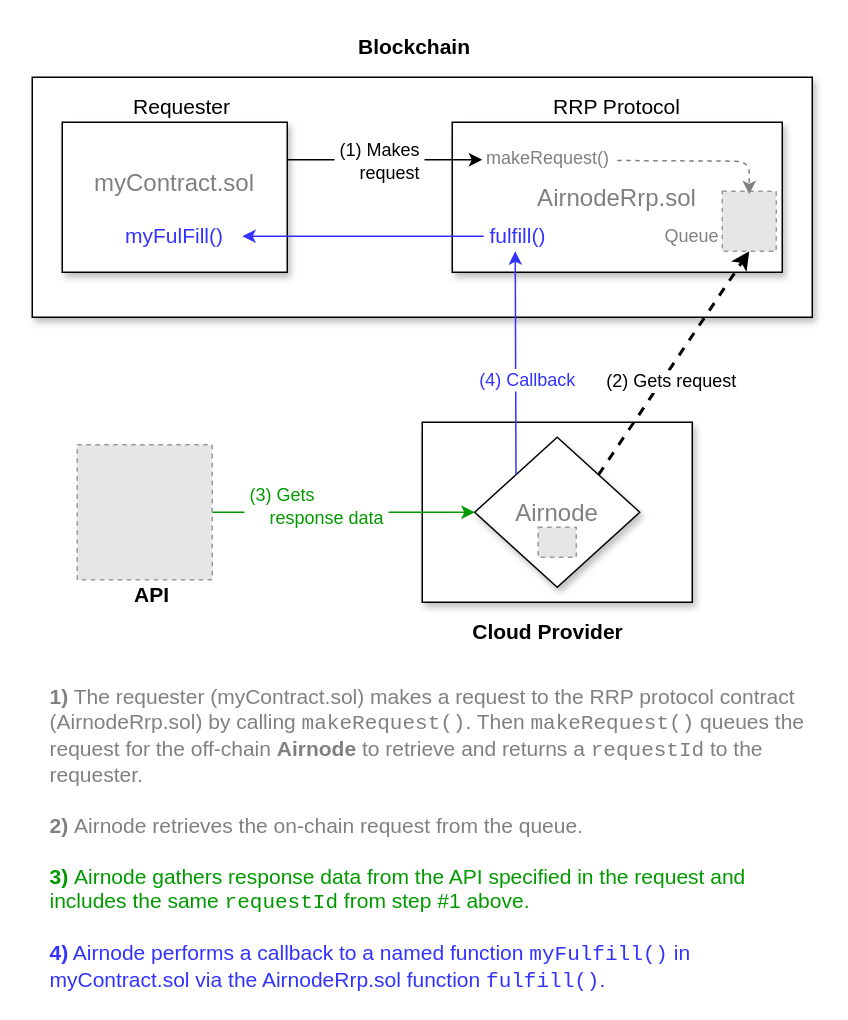
api3dao/old-api3-docs keeps this draw.io diagram as docs/next/assets/diagrams/developer-overview.drawio. Above is the earlier version. Source tidied: cells renumbered, new cells numbered last; positions are measured from the earlier drawing's top-left corner, leaving out a move shared by most shapes. Both pictures are drawn from the tidied source at 150%, with x=0, y=0 at pixel (32, 32). Pictures stored in the file or linked from it are replaced by grey dashed boxes.
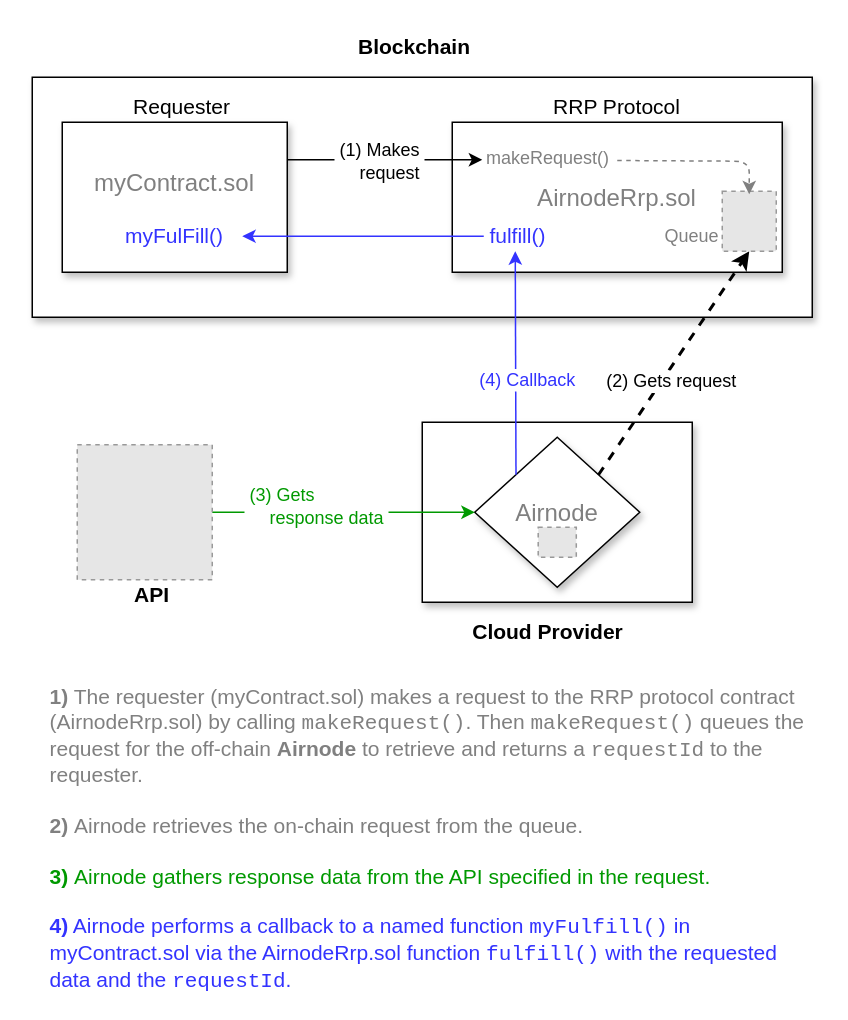
The same page after the edit.

Change to the diagram source:
```diff
@@
-    <mxCell id="20" value="&lt;font style=&quot;font-size: 14px&quot;&gt;&lt;font style=&quot;font-size: 14px&quot;&gt;&lt;font color=&quot;#808080&quot; style=&quot;font-size: 14px&quot;&gt;&lt;font style=&quot;font-size: 14px&quot;&gt;&lt;b style=&quot;font-size: 14px&quot;&gt;1)&lt;/b&gt; The requester (myContract.sol) makes a request to the RRP protocol contract&amp;nbsp; (AirnodeRrp.sol) by calling &lt;font face=&quot;Courier New&quot;&gt;makeRequest()&lt;/font&gt;. Then&amp;nbsp;&lt;/font&gt;&lt;/font&gt;&lt;span style=&quot;color: rgb(128 , 128 , 128)&quot;&gt;&lt;font face=&quot;Courier New&quot;&gt;makeRequest()&lt;/font&gt;&lt;/span&gt;&lt;font color=&quot;#808080&quot; style=&quot;font-size: 14px&quot;&gt;&lt;font style=&quot;font-size: 14px&quot;&gt;&amp;nbsp;queues the request for the off-chain&amp;nbsp;&lt;b&gt;Airnode&lt;/b&gt; to retrieve and returns a &lt;font face=&quot;Courier New&quot;&gt;requestId&lt;/font&gt; to the requester.&lt;br style=&quot;font-size: 14px&quot;&gt;&lt;/font&gt;&lt;br style=&quot;font-size: 14px&quot;&gt;&lt;font style=&quot;font-size: 14px&quot;&gt;&lt;b style=&quot;font-size: 14px&quot;&gt;2)&lt;/b&gt;&amp;nbsp;Airnode retrieves the on-chain request from the queue.&lt;br style=&quot;font-size: 14px&quot;&gt;&lt;/font&gt;&lt;br style=&quot;font-size: 14px&quot;&gt;&lt;/font&gt;&lt;font style=&quot;font-size: 14px&quot;&gt;&lt;font style=&quot;font-size: 14px&quot; color=&quot;#009900&quot;&gt;&lt;b style=&quot;font-size: 14px&quot;&gt;3)&lt;/b&gt;&amp;nbsp;Airnode gathers response data from the API specified in the request and includes the same&amp;nbsp;&lt;font face=&quot;Courier New&quot;&gt;requestId&lt;/font&gt; from step #1 above.&lt;/font&gt;&lt;br style=&quot;font-size: 14px&quot;&gt;&lt;/font&gt;&lt;br style=&quot;font-size: 14px&quot;&gt;&lt;b style=&quot;font-size: 14px&quot;&gt;4)&lt;/b&gt; &lt;/font&gt;&lt;font style=&quot;font-size: 14px&quot;&gt;&lt;font style=&quot;font-size: 14px&quot;&gt;Airnode&amp;nbsp;&lt;/font&gt;&lt;span style=&quot;background-color: rgb(255 , 255 , 255) ; font-size: 14px&quot;&gt;performs a callback to a named function &lt;font face=&quot;Courier New&quot;&gt;my&lt;font style=&quot;font-size: 14px&quot;&gt;Fulfill()&lt;/font&gt;&lt;/font&gt; in myContract.sol via the AirnodeRrp.sol function &lt;font face=&quot;Courier New&quot; style=&quot;font-size: 14px&quot;&gt;fulfill()&lt;/font&gt;.&lt;/span&gt;&lt;/font&gt;&lt;/font&gt;&lt;font style=&quot;font-size: 14px&quot; color=&quot;#000000&quot;&gt;&lt;br style=&quot;font-size: 14px&quot;&gt;&lt;/font&gt;" style="text;html=1;strokeColor=none;fillColor=none;align=left;verticalAlign=top;whiteSpace=wrap;rounded=0;fontSize=14;fontColor=#3333FF;" parent="1" vertex="1">
+    <mxCell id="20" value="&lt;font style=&quot;font-size: 14px&quot;&gt;&lt;font style=&quot;font-size: 14px&quot;&gt;&lt;font color=&quot;#808080&quot; style=&quot;font-size: 14px&quot;&gt;&lt;font style=&quot;font-size: 14px&quot;&gt;&lt;b style=&quot;font-size: 14px&quot;&gt;1)&lt;/b&gt; The requester (myContract.sol) makes a request to the RRP protocol contract&amp;nbsp; (AirnodeRrp.sol) by calling &lt;font face=&quot;Courier New&quot;&gt;makeRequest()&lt;/font&gt;. Then&amp;nbsp;&lt;/font&gt;&lt;/font&gt;&lt;span style=&quot;color: rgb(128 , 128 , 128)&quot;&gt;&lt;font face=&quot;Courier New&quot;&gt;makeRequest()&lt;/font&gt;&lt;/span&gt;&lt;font color=&quot;#808080&quot; style=&quot;font-size: 14px&quot;&gt;&lt;font style=&quot;font-size: 14px&quot;&gt;&amp;nbsp;queues the request for the off-chain&amp;nbsp;&lt;b&gt;Airnode&lt;/b&gt; to retrieve and returns a &lt;font face=&quot;Courier New&quot;&gt;requestId&lt;/font&gt; to the requester.&lt;br style=&quot;font-size: 14px&quot;&gt;&lt;/font&gt;&lt;br style=&quot;font-size: 14px&quot;&gt;&lt;font style=&quot;font-size: 14px&quot;&gt;&lt;b style=&quot;font-size: 14px&quot;&gt;2)&lt;/b&gt;&amp;nbsp;Airnode retrieves the on-chain request from the queue.&lt;br style=&quot;font-size: 14px&quot;&gt;&lt;/font&gt;&lt;br style=&quot;font-size: 14px&quot;&gt;&lt;/font&gt;&lt;font style=&quot;font-size: 14px&quot;&gt;&lt;font style=&quot;font-size: 14px&quot; color=&quot;#009900&quot;&gt;&lt;b style=&quot;font-size: 14px&quot;&gt;3)&lt;/b&gt;&amp;nbsp;Airnode gathers response data from the API specified in the request.&lt;/font&gt;&lt;br style=&quot;font-size: 14px&quot;&gt;&lt;/font&gt;&lt;br style=&quot;font-size: 14px&quot;&gt;&lt;b style=&quot;font-size: 14px&quot;&gt;4)&lt;/b&gt; &lt;/font&gt;&lt;font style=&quot;font-size: 14px&quot;&gt;&lt;font style=&quot;font-size: 14px&quot;&gt;Airnode&amp;nbsp;&lt;/font&gt;&lt;span style=&quot;background-color: rgb(255 , 255 , 255) ; font-size: 14px&quot;&gt;performs a callback to a named function &lt;font face=&quot;Courier New&quot;&gt;my&lt;font style=&quot;font-size: 14px&quot;&gt;Fulfill()&lt;/font&gt;&lt;/font&gt; in myContract.sol via the AirnodeRrp.sol function &lt;font face=&quot;Courier New&quot; style=&quot;font-size: 14px&quot;&gt;fulfill()&lt;/font&gt;&lt;font style=&quot;font-size: 14px&quot;&gt; with the requested data and the &lt;/font&gt;&lt;font face=&quot;Courier New&quot; style=&quot;font-size: 14px&quot;&gt;requestId&lt;/font&gt;.&lt;/span&gt;&lt;/font&gt;&lt;/font&gt;&lt;font style=&quot;font-size: 14px&quot; color=&quot;#000000&quot;&gt;&lt;br style=&quot;font-size: 14px&quot;&gt;&lt;/font&gt;" style="text;html=1;strokeColor=none;fillColor=none;align=left;verticalAlign=top;whiteSpace=wrap;rounded=0;fontSize=14;fontColor=#3333FF;" parent="1" vertex="1">
       <mxGeometry x="10" y="428" width="510" height="130" as="geometry" />
     </mxCell>
```
